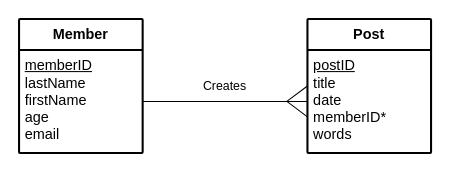
Earlier version of the draw.io diagram page "Member" (11 of 12) of n5/ddd/N5-DDD-Clydeview/assets/N5 DDD Clydeview.drawio (MrFriendCS/MrFriendCS.github.io). Source tidied: cells renumbered, new cells numbered last; positions are measured from the earlier drawing's top-left corner, leaving out a move shared by most shapes. Both pictures are drawn from the tidied source at 103%, with x=0, y=0 at pixel (19, 19).
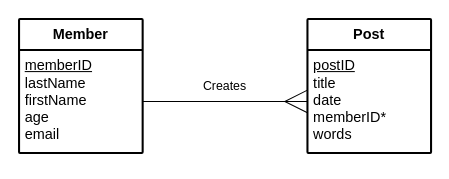
The same page after the edit.

What changed in the source:
```diff
@@
 <mxGraphModel>
   <root>
     <mxCell id="0" />
     <mxCell id="1" parent="0" />
     <mxCell id="2" value="&lt;b&gt;Member&lt;/b&gt;" style="swimlane;horizontal=1;startSize=30;rounded=1;fontSize=14;fontStyle=0;strokeWidth=2;shadow=0;dashed=0;align=center;arcSize=1;whiteSpace=wrap;html=1;" parent="1" vertex="1">
       <mxGeometry width="120" height="130" as="geometry" />
     </mxCell>
     <mxCell id="3" value="&lt;font style=&quot;font-size: 14px;&quot;&gt;&lt;u style=&quot;&quot;&gt;memberID&lt;/u&gt;&lt;br&gt;lastName&lt;br&gt;firstName&lt;br&gt;age&lt;br&gt;email&lt;br&gt;&lt;/font&gt;" style="align=left;strokeColor=none;fillColor=none;spacingLeft=4;fontSize=12;verticalAlign=top;html=1;" parent="2" vertex="1">
       <mxGeometry y="30" width="120" height="100" as="geometry" />
     </mxCell>
     <mxCell id="4" style="edgeStyle=orthogonalEdgeStyle;rounded=0;orthogonalLoop=1;jettySize=auto;html=1;exitX=0.5;exitY=1;exitDx=0;exitDy=0;" parent="2" edge="1" source="3" target="3">
       <mxGeometry relative="1" as="geometry" />
     </mxCell>
     <mxCell id="5" value="&lt;b&gt;Post&lt;/b&gt;" style="swimlane;horizontal=1;startSize=30;rounded=1;fontSize=14;fontStyle=0;strokeWidth=2;shadow=0;dashed=0;align=center;arcSize=1;whiteSpace=wrap;html=1;" parent="1" vertex="1">
       <mxGeometry x="280" width="120" height="130" as="geometry" />
     </mxCell>
     <mxCell id="6" value="&lt;font style=&quot;font-size: 14px;&quot;&gt;&lt;u style=&quot;&quot;&gt;postID&lt;br&gt;&lt;/u&gt;title&lt;br&gt;date&lt;br&gt;memberID*&lt;br&gt;words&lt;br&gt;&lt;/font&gt;" style="align=left;strokeColor=none;fillColor=none;spacingLeft=4;fontSize=12;verticalAlign=top;html=1;" parent="5" vertex="1">
       <mxGeometry y="30" width="120" height="100" as="geometry" />
     </mxCell>
-    <mxCell id="7" style="rounded=0;jettySize=auto;html=1;exitX=1;exitY=0.5;exitDx=0;exitDy=0;entryX=0;entryY=0.5;entryDx=0;entryDy=0;endArrow=none;endFill=0;" parent="1" edge="1" source="3" target="6">
+    <mxCell id="7" style="rounded=0;jettySize=auto;html=1;exitX=1;exitY=0.5;exitDx=0;exitDy=0;entryX=0;entryY=0.5;entryDx=0;entryDy=0;endArrow=ERmany;endFill=0;endSize=20;" parent="1" edge="1" source="3" target="6">
       <mxGeometry relative="1" as="geometry" />
     </mxCell>
-    <mxCell id="8" style="endArrow=none;html=1;rounded=0;exitX=1;exitY=0.367;exitDx=0;exitDy=0;exitPerimeter=0;" parent="1" edge="1">
-      <mxGeometry relative="1" as="geometry">
-        <mxPoint x="260" y="80" as="sourcePoint" />
-        <mxPoint x="280" y="95" as="targetPoint" />
-      </mxGeometry>
-    </mxCell>
-    <mxCell id="9" style="endArrow=none;html=1;rounded=0;" parent="1" edge="1">
-      <mxGeometry relative="1" as="geometry">
-        <mxPoint x="260" y="80" as="sourcePoint" />
-        <mxPoint x="280" y="65" as="targetPoint" />
-      </mxGeometry>
-    </mxCell>
     <mxCell id="10" value="Creates" style="text;html=1;align=center;verticalAlign=middle;whiteSpace=wrap;rounded=0;" parent="1" vertex="1">
       <mxGeometry x="170" y="50" width="60" height="30" as="geometry" />
     </mxCell>
   </root>
 </mxGraphModel>
```
